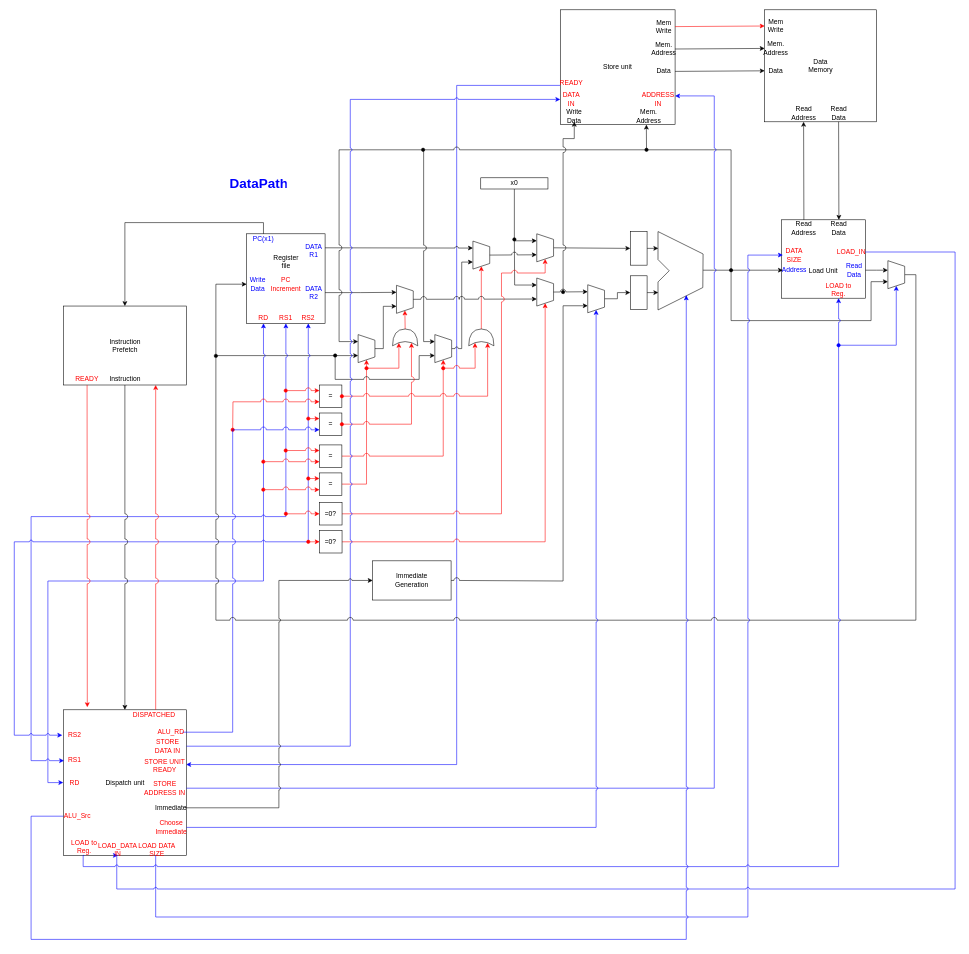
Before: page "DataPath" (1 of 2) of Circuit_Drawings/DataPath.drawio in Kaveesha-98/065-538-720-GNC, a draw.io diagram. Source tidied: cells renumbered, new cells numbered last; positions are measured from the earlier drawing's top-left corner, leaving out a move shared by most shapes. Both pictures are drawn from the tidied source at 56%, with x=0, y=0 at pixel (14, 10).
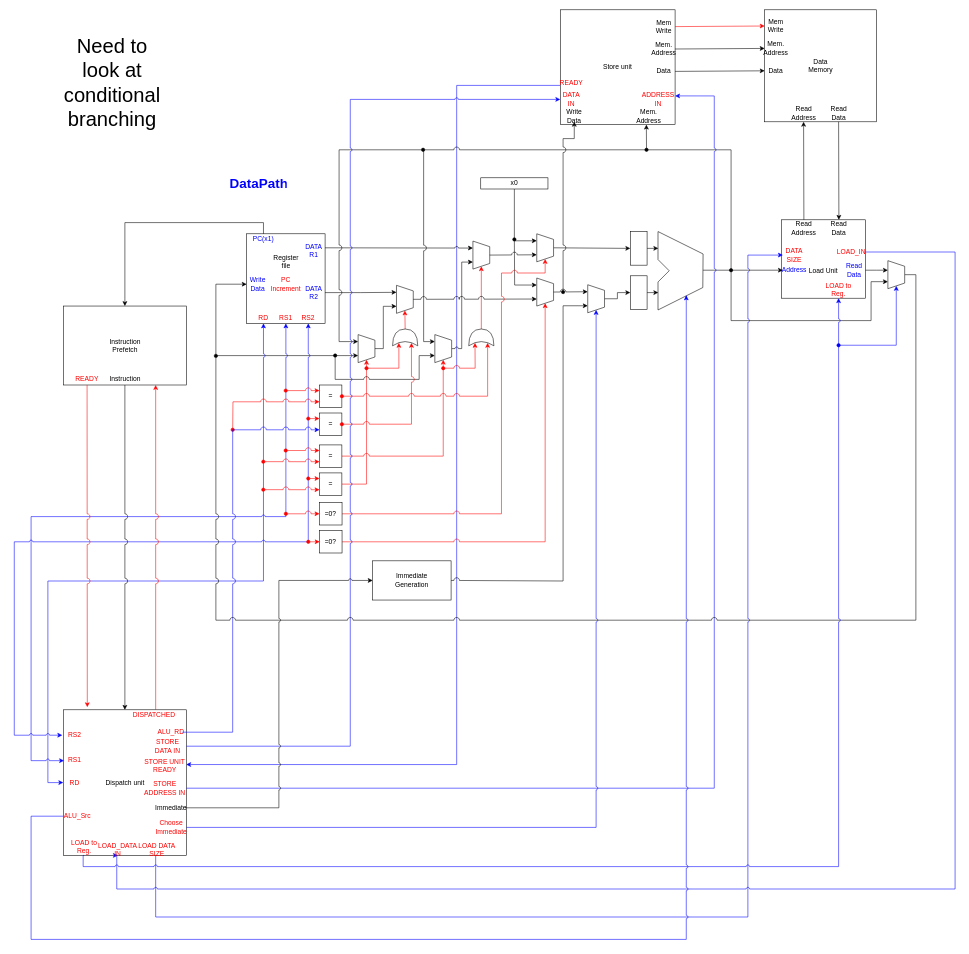
The same diagram, later.

Diff of the diagram source:
```diff
@@
+    <mxCell id="143" value="&lt;div&gt;&lt;font style=&quot;font-size: 36px&quot;&gt;Need to look at conditional branching&lt;/font&gt;&lt;/div&gt;" style="text;html=1;strokeColor=none;fillColor=none;align=center;verticalAlign=middle;whiteSpace=wrap;rounded=0;" parent="1" vertex="1">
+      <mxGeometry x="80" y="20" width="190" height="220" as="geometry" />
+    </mxCell>
```
